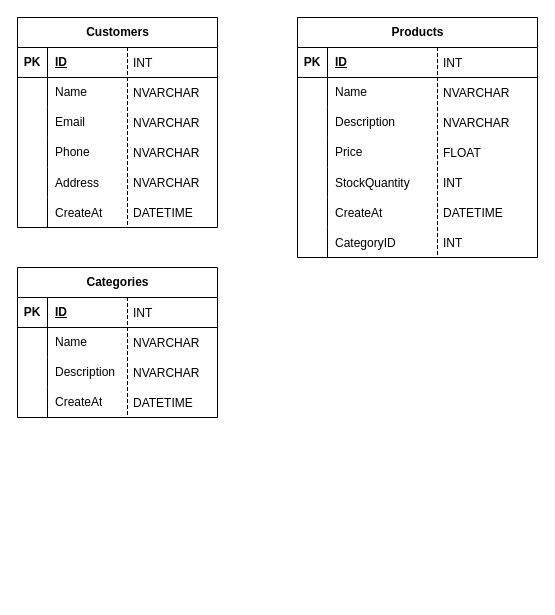
cuonglt3004/grocery-store-management keeps this draw.io diagram as Biểu đồ không có tiêu đề.drawio. Above is the earlier version. Source tidied: cells renumbered, new cells numbered last; positions are measured from the earlier drawing's top-left corner, leaving out a move shared by most shapes. Both pictures are drawn from the tidied source at 100%, with x=0, y=0 at pixel (17, 17).
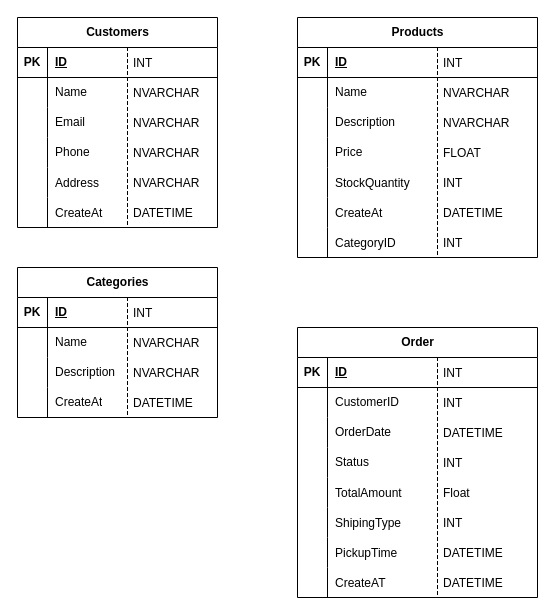
After the change.

Change to the diagram source:
```diff
@@
+    <mxCell id="90" value="Order" style="shape=table;startSize=30;childLayout=tableLayout;rowLines=0;fontStyle=1;align=center;html=1;" parent="1" vertex="1">
+      <mxGeometry x="280" y="310" width="240" height="270" as="geometry" />
+    </mxCell>
+    <mxCell id="91" style="shape=tableRow;horizontal=0;startSize=0;swimlaneHead=0;swimlaneBody=0;fillColor=none;top=0;left=0;right=0;bottom=1;" parent="90" vertex="1">
+      <mxGeometry y="30" width="240" height="30" as="geometry" />
+    </mxCell>
+    <mxCell id="92" value="PK" style="shape=partialRectangle;fillColor=none;top=0;left=0;bottom=0;right=0;fontStyle=1;overflow=hidden;whiteSpace=wrap;html=1;" parent="91" vertex="1">
+      <mxGeometry width="30" height="30" as="geometry" />
+    </mxCell>
+    <mxCell id="93" value="ID" style="shape=partialRectangle;fillColor=none;top=0;left=0;bottom=0;right=0;align=left;spacingLeft=6;fontStyle=5;overflow=hidden;whiteSpace=wrap;html=1;" parent="91" vertex="1">
+      <mxGeometry x="30" width="210" height="30" as="geometry" />
+    </mxCell>
+    <mxCell id="94" style="shape=tableRow;horizontal=0;startSize=0;swimlaneHead=0;swimlaneBody=0;fillColor=none;top=0;left=0;right=0;bottom=0;" parent="90" vertex="1">
+      <mxGeometry y="60" width="240" height="30" as="geometry" />
+    </mxCell>
+    <mxCell id="95" style="shape=partialRectangle;fillColor=none;top=0;left=0;bottom=0;right=0;overflow=hidden;whiteSpace=wrap;html=1;" parent="94" vertex="1">
+      <mxGeometry width="30" height="30" as="geometry" />
+    </mxCell>
+    <mxCell id="96" value="CustomerID" style="shape=partialRectangle;fillColor=none;top=0;left=0;bottom=0;right=0;align=left;spacingLeft=6;overflow=hidden;whiteSpace=wrap;html=1;" parent="94" vertex="1">
+      <mxGeometry x="30" width="210" height="30" as="geometry" />
+    </mxCell>
+    <mxCell id="97" style="shape=tableRow;horizontal=0;startSize=0;swimlaneHead=0;swimlaneBody=0;fillColor=none;top=0;left=0;right=0;bottom=0;" parent="90" vertex="1">
+      <mxGeometry y="90" width="240" height="30" as="geometry" />
+    </mxCell>
+    <mxCell id="98" style="shape=partialRectangle;fillColor=none;top=0;left=0;bottom=0;right=0;overflow=hidden;whiteSpace=wrap;html=1;" parent="97" vertex="1">
+      <mxGeometry width="30" height="30" as="geometry" />
+    </mxCell>
+    <mxCell id="99" value="OrderDate" style="shape=partialRectangle;fillColor=none;top=0;left=0;bottom=0;right=0;align=left;spacingLeft=6;overflow=hidden;whiteSpace=wrap;html=1;" parent="97" vertex="1">
+      <mxGeometry x="30" width="210" height="30" as="geometry" />
+    </mxCell>
+    <mxCell id="100" style="shape=tableRow;horizontal=0;startSize=0;swimlaneHead=0;swimlaneBody=0;fillColor=none;top=0;left=0;right=0;bottom=0;" parent="90" vertex="1">
+      <mxGeometry y="120" width="240" height="30" as="geometry" />
+    </mxCell>
+    <mxCell id="101" style="shape=partialRectangle;fillColor=none;top=0;left=0;bottom=0;right=0;overflow=hidden;whiteSpace=wrap;html=1;" parent="100" vertex="1">
+      <mxGeometry width="30" height="30" as="geometry" />
+    </mxCell>
+    <mxCell id="102" value="Status" style="shape=partialRectangle;fillColor=none;top=0;left=0;bottom=0;right=0;align=left;spacingLeft=6;overflow=hidden;whiteSpace=wrap;html=1;" parent="100" vertex="1">
+      <mxGeometry x="30" width="210" height="30" as="geometry" />
+    </mxCell>
+    <mxCell id="103" style="shape=tableRow;horizontal=0;startSize=0;swimlaneHead=0;swimlaneBody=0;fillColor=none;top=0;left=0;right=0;bottom=0;" parent="90" vertex="1">
+      <mxGeometry y="150" width="240" height="30" as="geometry" />
+    </mxCell>
+    <mxCell id="104" style="shape=partialRectangle;fillColor=none;top=0;left=0;bottom=0;right=0;overflow=hidden;" parent="103" vertex="1">
+      <mxGeometry width="30" height="30" as="geometry" />
+    </mxCell>
+    <mxCell id="105" value="TotalAmount" style="shape=partialRectangle;fillColor=none;top=0;left=0;bottom=0;right=0;align=left;spacingLeft=6;overflow=hidden;" parent="103" vertex="1">
+      <mxGeometry x="30" width="210" height="30" as="geometry" />
+    </mxCell>
+    <mxCell id="106" style="shape=tableRow;horizontal=0;startSize=0;swimlaneHead=0;swimlaneBody=0;fillColor=none;top=0;left=0;right=0;bottom=0;" parent="90" vertex="1">
+      <mxGeometry y="180" width="240" height="30" as="geometry" />
+    </mxCell>
+    <mxCell id="107" style="shape=partialRectangle;fillColor=none;top=0;left=0;bottom=0;right=0;overflow=hidden;" parent="106" vertex="1">
+      <mxGeometry width="30" height="30" as="geometry" />
+    </mxCell>
+    <mxCell id="108" value="ShipingType" style="shape=partialRectangle;fillColor=none;top=0;left=0;bottom=0;right=0;align=left;spacingLeft=6;overflow=hidden;" parent="106" vertex="1">
+      <mxGeometry x="30" width="210" height="30" as="geometry" />
+    </mxCell>
+    <mxCell id="109" style="shape=tableRow;horizontal=0;startSize=0;swimlaneHead=0;swimlaneBody=0;fillColor=none;top=0;left=0;right=0;bottom=0;" parent="90" vertex="1">
+      <mxGeometry y="210" width="240" height="30" as="geometry" />
+    </mxCell>
+    <mxCell id="110" style="shape=partialRectangle;fillColor=none;top=0;left=0;bottom=0;right=0;overflow=hidden;" parent="109" vertex="1">
+      <mxGeometry width="30" height="30" as="geometry" />
+    </mxCell>
+    <mxCell id="111" value="PickupTime" style="shape=partialRectangle;fillColor=none;top=0;left=0;bottom=0;right=0;align=left;spacingLeft=6;overflow=hidden;" parent="109" vertex="1">
+      <mxGeometry x="30" width="210" height="30" as="geometry" />
+    </mxCell>
+    <mxCell id="112" style="shape=tableRow;horizontal=0;startSize=0;swimlaneHead=0;swimlaneBody=0;fillColor=none;top=0;left=0;right=0;bottom=0;" parent="90" vertex="1">
+      <mxGeometry y="240" width="240" height="30" as="geometry" />
+    </mxCell>
+    <mxCell id="113" style="shape=partialRectangle;fillColor=none;top=0;left=0;bottom=0;right=0;overflow=hidden;" parent="112" vertex="1">
+      <mxGeometry width="30" height="30" as="geometry" />
+    </mxCell>
+    <mxCell id="114" value="CreateAT" style="shape=partialRectangle;fillColor=none;top=0;left=0;bottom=0;right=0;align=left;spacingLeft=6;overflow=hidden;" parent="112" vertex="1">
+      <mxGeometry x="30" width="210" height="30" as="geometry" />
+    </mxCell>
+    <mxCell id="115" value="INT" style="shape=partialRectangle;fillColor=none;align=left;verticalAlign=middle;strokeColor=none;spacingLeft=34;" parent="1" vertex="1">
+      <mxGeometry x="390" y="370" width="90" height="30" as="geometry" />
+    </mxCell>
+    <mxCell id="116" style="shape=partialRectangle;top=0;left=0;bottom=0;fillColor=none;stokeWidth=1;dashed=1;align=left;verticalAlign=middle;spacingLeft=4;spacingRight=4;overflow=hidden;" parent="115" vertex="1">
+      <mxGeometry width="30" height="30" as="geometry" />
+    </mxCell>
+    <mxCell id="117" value="DATETIME" style="shape=partialRectangle;fillColor=none;align=left;verticalAlign=middle;strokeColor=none;spacingLeft=34;" parent="1" vertex="1">
+      <mxGeometry x="390" y="400" width="90" height="30" as="geometry" />
+    </mxCell>
+    <mxCell id="118" style="shape=partialRectangle;top=0;left=0;bottom=0;fillColor=none;stokeWidth=1;dashed=1;align=left;verticalAlign=middle;spacingLeft=4;spacingRight=4;overflow=hidden;" parent="117" vertex="1">
+      <mxGeometry width="30" height="30" as="geometry" />
+    </mxCell>
+    <mxCell id="119" value="INT" style="shape=partialRectangle;fillColor=none;align=left;verticalAlign=middle;strokeColor=none;spacingLeft=34;" parent="1" vertex="1">
+      <mxGeometry x="390" y="430" width="90" height="30" as="geometry" />
+    </mxCell>
+    <mxCell id="120" style="shape=partialRectangle;top=0;left=0;bottom=0;fillColor=none;stokeWidth=1;dashed=1;align=left;verticalAlign=middle;spacingLeft=4;spacingRight=4;overflow=hidden;" parent="119" vertex="1">
+      <mxGeometry width="30" height="30" as="geometry" />
+    </mxCell>
+    <mxCell id="121" value="Float" style="shape=partialRectangle;fillColor=none;align=left;verticalAlign=middle;strokeColor=none;spacingLeft=34;" parent="1" vertex="1">
+      <mxGeometry x="390" y="460" width="90" height="30" as="geometry" />
+    </mxCell>
+    <mxCell id="122" style="shape=partialRectangle;top=0;left=0;bottom=0;fillColor=none;stokeWidth=1;dashed=1;align=left;verticalAlign=middle;spacingLeft=4;spacingRight=4;overflow=hidden;" parent="121" vertex="1">
+      <mxGeometry width="30" height="30" as="geometry" />
+    </mxCell>
+    <mxCell id="123" value="INT" style="shape=partialRectangle;fillColor=none;align=left;verticalAlign=middle;strokeColor=none;spacingLeft=34;" parent="1" vertex="1">
+      <mxGeometry x="390" y="490" width="90" height="30" as="geometry" />
+    </mxCell>
+    <mxCell id="124" style="shape=partialRectangle;top=0;left=0;bottom=0;fillColor=none;stokeWidth=1;dashed=1;align=left;verticalAlign=middle;spacingLeft=4;spacingRight=4;overflow=hidden;" parent="123" vertex="1">
+      <mxGeometry width="30" height="30" as="geometry" />
+    </mxCell>
+    <mxCell id="125" value="DATETIME" style="shape=partialRectangle;fillColor=none;align=left;verticalAlign=middle;strokeColor=none;spacingLeft=34;" parent="1" vertex="1">
+      <mxGeometry x="390" y="520" width="90" height="30" as="geometry" />
+    </mxCell>
+    <mxCell id="126" style="shape=partialRectangle;top=0;left=0;bottom=0;fillColor=none;stokeWidth=1;dashed=1;align=left;verticalAlign=middle;spacingLeft=4;spacingRight=4;overflow=hidden;" parent="125" vertex="1">
+      <mxGeometry width="30" height="30" as="geometry" />
+    </mxCell>
+    <mxCell id="127" value="INT" style="shape=partialRectangle;fillColor=none;align=left;verticalAlign=middle;strokeColor=none;spacingLeft=34;" parent="1" vertex="1">
+      <mxGeometry x="390" y="340" width="90" height="30" as="geometry" />
+    </mxCell>
+    <mxCell id="128" style="shape=partialRectangle;top=0;left=0;bottom=0;fillColor=none;stokeWidth=1;dashed=1;align=left;verticalAlign=middle;spacingLeft=4;spacingRight=4;overflow=hidden;" parent="127" vertex="1">
+      <mxGeometry width="30" height="30" as="geometry" />
+    </mxCell>
+    <mxCell id="129" value="DATETIME" style="shape=partialRectangle;fillColor=none;align=left;verticalAlign=middle;strokeColor=none;spacingLeft=34;" parent="1" vertex="1">
+      <mxGeometry x="390" y="550" width="90" height="30" as="geometry" />
+    </mxCell>
+    <mxCell id="130" style="shape=partialRectangle;top=0;left=0;bottom=0;fillColor=none;stokeWidth=1;dashed=1;align=left;verticalAlign=middle;spacingLeft=4;spacingRight=4;overflow=hidden;" parent="129" vertex="1">
+      <mxGeometry width="30" height="30" as="geometry" />
+    </mxCell>
```
